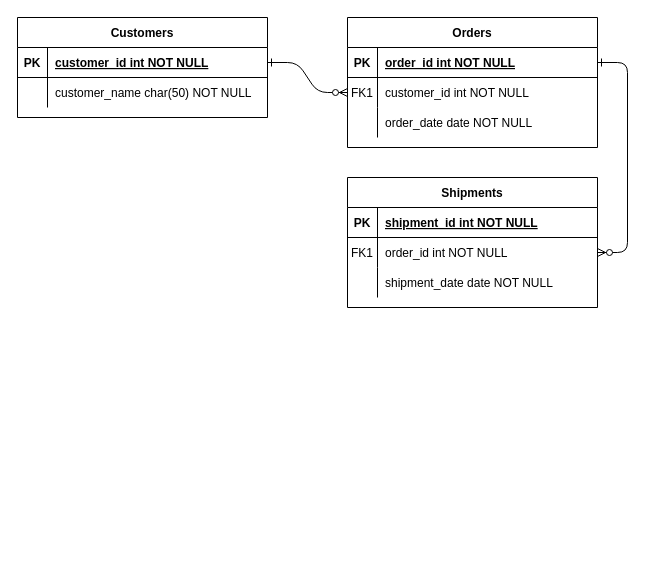
Farhana-47-Rahman/Farhana-47-Rahman keeps this draw.io diagram as Untitled Diagram.drawio. Above is the earlier version. Source tidied: cells renumbered, new cells numbered last; positions are measured from the earlier drawing's top-left corner, leaving out a move shared by most shapes. Both pictures are drawn from the tidied source at 100%, with x=0, y=0 at pixel (17, 17).
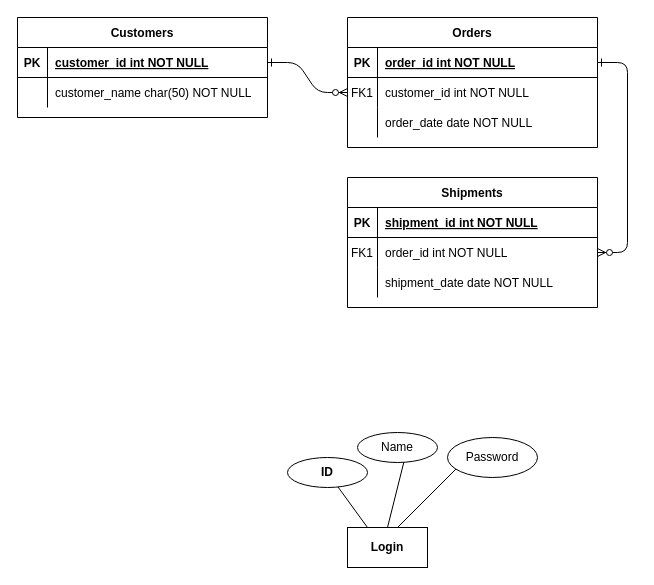
Above is the later version.

The edit, as a diff of the source:
```diff
@@
+    <mxCell id="31" value="Login" style="rounded=0;whiteSpace=wrap;html=1;fontStyle=1;" parent="1" vertex="1">
+      <mxGeometry x="330" y="510" width="80" height="40" as="geometry" />
+    </mxCell>
+    <mxCell id="32" style="endArrow=none;html=1;rounded=0;exitX=0.5;exitY=0;exitDx=0;exitDy=0;" parent="1" edge="1" source="31">
+      <mxGeometry relative="1" as="geometry">
+        <mxPoint x="390" y="430" as="targetPoint" />
+      </mxGeometry>
+    </mxCell>
+    <mxCell id="33" style="endArrow=none;html=1;rounded=0;exitX=0.25;exitY=0;exitDx=0;exitDy=0;" parent="1" edge="1" source="31" target="35">
+      <mxGeometry relative="1" as="geometry" />
+    </mxCell>
+    <mxCell id="34" style="endArrow=none;html=1;rounded=0;" parent="1" edge="1">
+      <mxGeometry relative="1" as="geometry">
+        <mxPoint x="380" y="510" as="sourcePoint" />
+        <mxPoint x="440" y="450" as="targetPoint" />
+      </mxGeometry>
+    </mxCell>
+    <mxCell id="35" value="ID" style="ellipse;whiteSpace=wrap;html=1;fontStyle=1;" parent="1" vertex="1">
+      <mxGeometry x="270" y="440" width="80" height="30" as="geometry" />
+    </mxCell>
+    <mxCell id="36" value="Name" style="ellipse;whiteSpace=wrap;html=1;" parent="1" vertex="1">
+      <mxGeometry x="340" y="415" width="80" height="30" as="geometry" />
+    </mxCell>
+    <mxCell id="37" value="Password" style="ellipse;whiteSpace=wrap;html=1;" parent="1" vertex="1">
+      <mxGeometry x="430" y="420" width="90" height="40" as="geometry" />
+    </mxCell>
```
